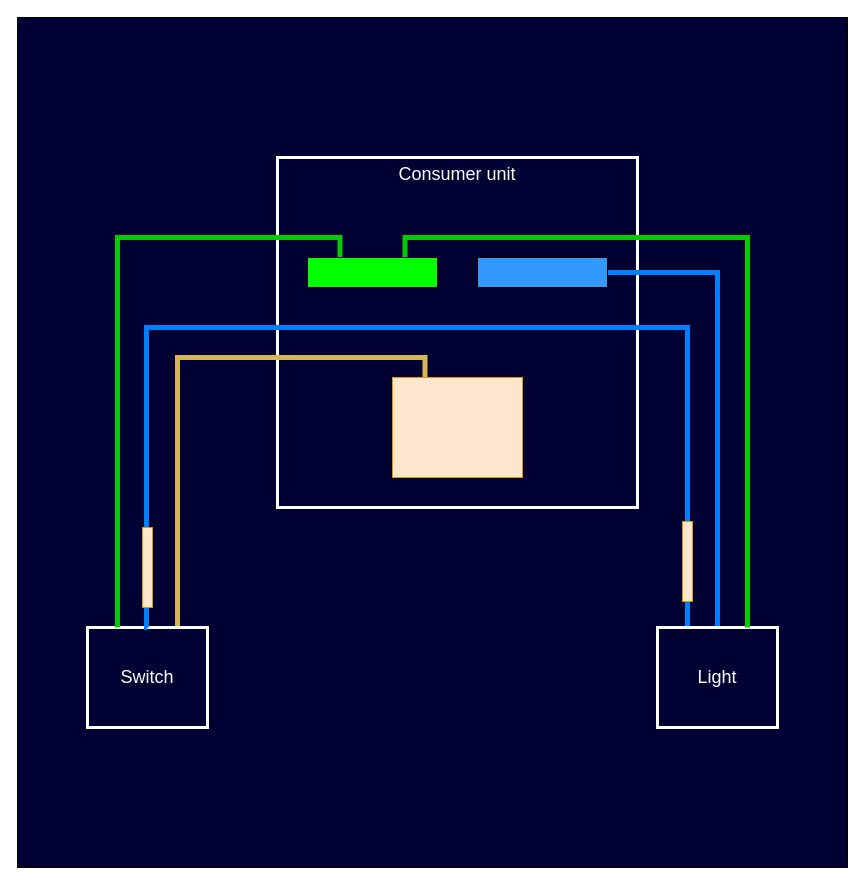
Above: Lighting.drawio in RussellTaylor83/Home (draw.io), before the change. Source tidied: cells renumbered, new cells numbered last; positions are measured from the earlier drawing's top-left corner, leaving out a move shared by most shapes. Both pictures are drawn from the tidied source at 100%, with x=0, y=0 at pixel (17, 17).
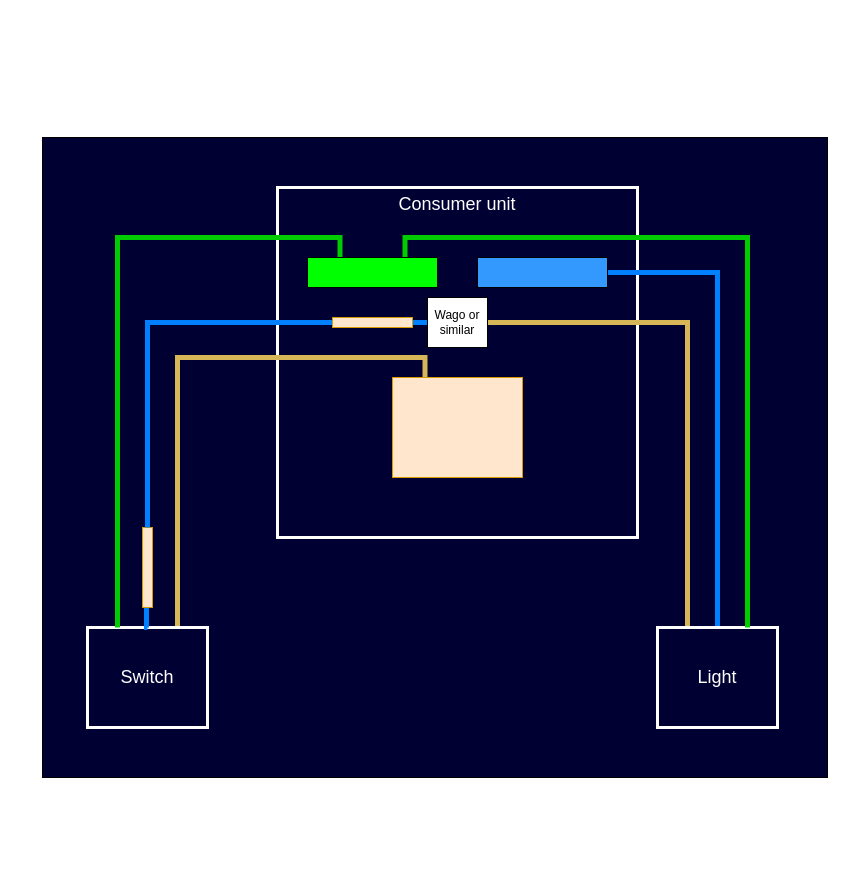
The same diagram, later.

Unchanged cells that the change refers to:
```xml
<mxCell id="8" value="Light" style="rounded=0;whiteSpace=wrap;html=1;fillColor=#000033;strokeColor=#FFFFFF;strokeWidth=3;fontColor=#FFFFFF;fontSize=18;" parent="1" vertex="1">
  <mxGeometry x="640" y="610" width="120" height="100" as="geometry" />
</mxCell>
<mxCell id="15" style="rounded=0;whiteSpace=wrap;html=1;fillColor=#ffe6cc;strokeColor=#d79b00;" parent="1" vertex="1">
  <mxGeometry x="125" y="510" width="10" height="80" as="geometry" />
</mxCell>
```

What changed in the source:
```diff
@@
     <mxCell id="2" style="rounded=0;whiteSpace=wrap;html=1;fillColor=#000033;" parent="1" vertex="1">
-      <mxGeometry width="830" height="850" as="geometry" />
+      <mxGeometry x="25" y="120" width="785" height="640" as="geometry" />
     </mxCell>
     <mxCell id="3" value="Consumer unit" style="rounded=0;whiteSpace=wrap;html=1;verticalAlign=top;fillColor=#000033;strokeColor=#FFFFFF;strokeWidth=3;fontColor=#FFFFFF;fontSize=18;" parent="1" vertex="1">
-      <mxGeometry x="260" y="140" width="360" height="350" as="geometry" />
+      <mxGeometry x="260" y="170" width="360" height="350" as="geometry" />
     </mxCell>
-    <mxCell id="4" style="edgeStyle=orthogonalEdgeStyle;rounded=0;jettySize=auto;html=1;exitX=0.5;exitY=0;exitDx=0;exitDy=0;entryX=0.25;entryY=0;entryDx=0;entryDy=0;strokeWidth=5;fillColor=#dae8fc;strokeColor=#007FFF;endArrow=none;endFill=0;" parent="1" edge="1" source="15" target="8">
+    <mxCell id="4" style="edgeStyle=orthogonalEdgeStyle;rounded=0;jettySize=auto;html=1;exitX=0.5;exitY=0;exitDx=0;exitDy=0;strokeWidth=5;fillColor=#dae8fc;strokeColor=#007FFF;endArrow=none;endFill=0;entryX=0;entryY=0.5;entryDx=0;entryDy=0;" parent="1" edge="1" source="20" target="18">
       <mxGeometry relative="1" as="geometry">
         <Array as="points">
-          <mxPoint x="129" y="310" />
-          <mxPoint x="670" y="310" />
+          <mxPoint x="130" y="305" />
         </Array>
       </mxGeometry>
     </mxCell>
@@
+    <mxCell id="17" style="edgeStyle=orthogonalEdgeStyle;rounded=0;jettySize=auto;html=1;exitX=0.25;exitY=0;exitDx=0;exitDy=0;strokeWidth=5;endArrow=none;endFill=0;fillColor=#fff2cc;strokeColor=#d6b656;entryX=1;entryY=0.5;entryDx=0;entryDy=0;" parent="1" edge="1" source="8" target="18">
+      <mxGeometry relative="1" as="geometry">
+        <Array as="points">
+          <mxPoint x="670" y="305" />
+        </Array>
+      </mxGeometry>
+    </mxCell>
@@
-    <mxCell id="16" style="rounded=0;whiteSpace=wrap;html=1;fillColor=#ffe6cc;strokeColor=#d79b00;" parent="1" vertex="1">
-      <mxGeometry x="665" y="504" width="10" height="80" as="geometry" />
-    </mxCell>
+    <mxCell id="18" value="Wago or similar" style="rounded=0;whiteSpace=wrap;html=1;" parent="1" vertex="1">
+      <mxGeometry x="410" y="280" width="60" height="50" as="geometry" />
+    </mxCell>
+    <mxCell id="19" style="edgeStyle=orthogonalEdgeStyle;rounded=0;jettySize=auto;html=1;exitX=0.5;exitY=0;exitDx=0;exitDy=0;strokeWidth=5;fillColor=#dae8fc;strokeColor=#007FFF;endArrow=none;endFill=0;entryX=0;entryY=0.5;entryDx=0;entryDy=0;" parent="1" edge="1" source="15" target="20">
+      <mxGeometry relative="1" as="geometry">
+        <Array as="points">
+          <mxPoint x="130" y="305" />
+          <mxPoint x="355" y="305" />
+        </Array>
+      </mxGeometry>
+    </mxCell>
+    <mxCell id="20" style="rounded=0;whiteSpace=wrap;html=1;fillColor=#ffe6cc;strokeColor=#d79b00;rotation=90;" parent="1" vertex="1">
+      <mxGeometry x="350" y="265" width="10" height="80" as="geometry" />
+    </mxCell>
```
